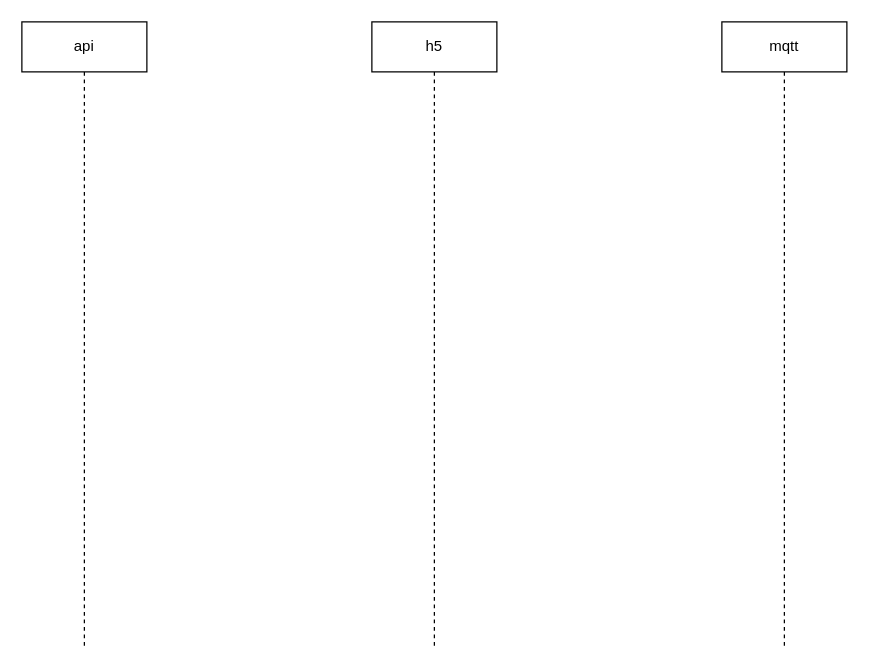
Before: page "管理端时序图" (2 of 2) of Untitled Diagram.drawio in a83988029/data_collect_arch, a draw.io diagram. Source tidied: cells renumbered, new cells numbered last; positions are measured from the earlier drawing's top-left corner, leaving out a move shared by most shapes. Both pictures are drawn from the tidied source at 125%, with x=0, y=0 at pixel (21, 21).
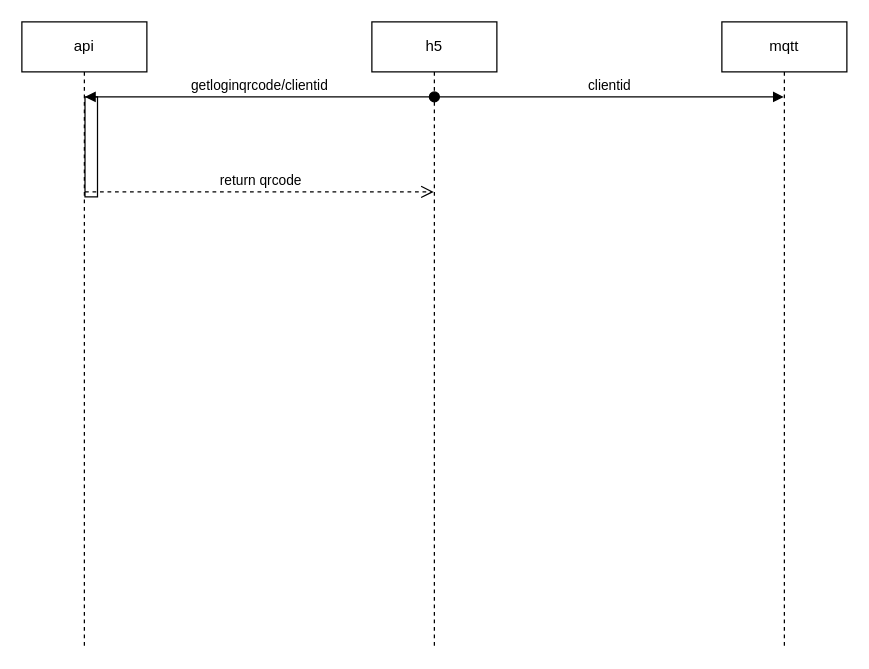
The same diagram, later.

What changed in the source:
```diff
@@
 <mxGraphModel>
   <root>
     <mxCell id="0" />
     <mxCell id="1" parent="0" />
     <mxCell id="2" value="api" style="shape=umlLifeline;perimeter=lifelinePerimeter;whiteSpace=wrap;html=1;" parent="1" vertex="1">
       <mxGeometry width="100" height="500" as="geometry" />
     </mxCell>
+    <mxCell id="5" style="html=1;points=[];perimeter=orthogonalPerimeter;" parent="2" vertex="1">
+      <mxGeometry x="50.5" y="60" width="10" height="80" as="geometry" />
+    </mxCell>
     <mxCell id="3" value="h5" style="shape=umlLifeline;perimeter=lifelinePerimeter;whiteSpace=wrap;html=1;outlineConnect=0;" parent="1" vertex="1">
       <mxGeometry x="280" width="100" height="500" as="geometry" />
     </mxCell>
+    <mxCell id="6" value="clientid" style="html=1;verticalAlign=bottom;startArrow=oval;startFill=1;endArrow=block;startSize=8;" parent="3" edge="1" target="4">
+      <mxGeometry relative="1" as="geometry">
+        <mxPoint x="50" y="60" as="sourcePoint" />
+      </mxGeometry>
+    </mxCell>
     <mxCell id="4" value="mqtt" style="shape=umlLifeline;perimeter=lifelinePerimeter;whiteSpace=wrap;html=1;outlineConnect=0;" parent="1" vertex="1">
       <mxGeometry x="560" width="100" height="500" as="geometry" />
     </mxCell>
+    <mxCell id="7" value="getloginqrcode/clientid" style="html=1;verticalAlign=bottom;endArrow=block;entryX=0;entryY=0;" parent="1" edge="1" source="3" target="5">
+      <mxGeometry relative="1" as="geometry" />
+    </mxCell>
+    <mxCell id="8" value="return qrcode" style="html=1;verticalAlign=bottom;endArrow=open;dashed=1;endSize=8;exitX=0;exitY=0.95;" parent="1" edge="1" source="5" target="3">
+      <mxGeometry relative="1" as="geometry" />
+    </mxCell>
   </root>
 </mxGraphModel>
```
